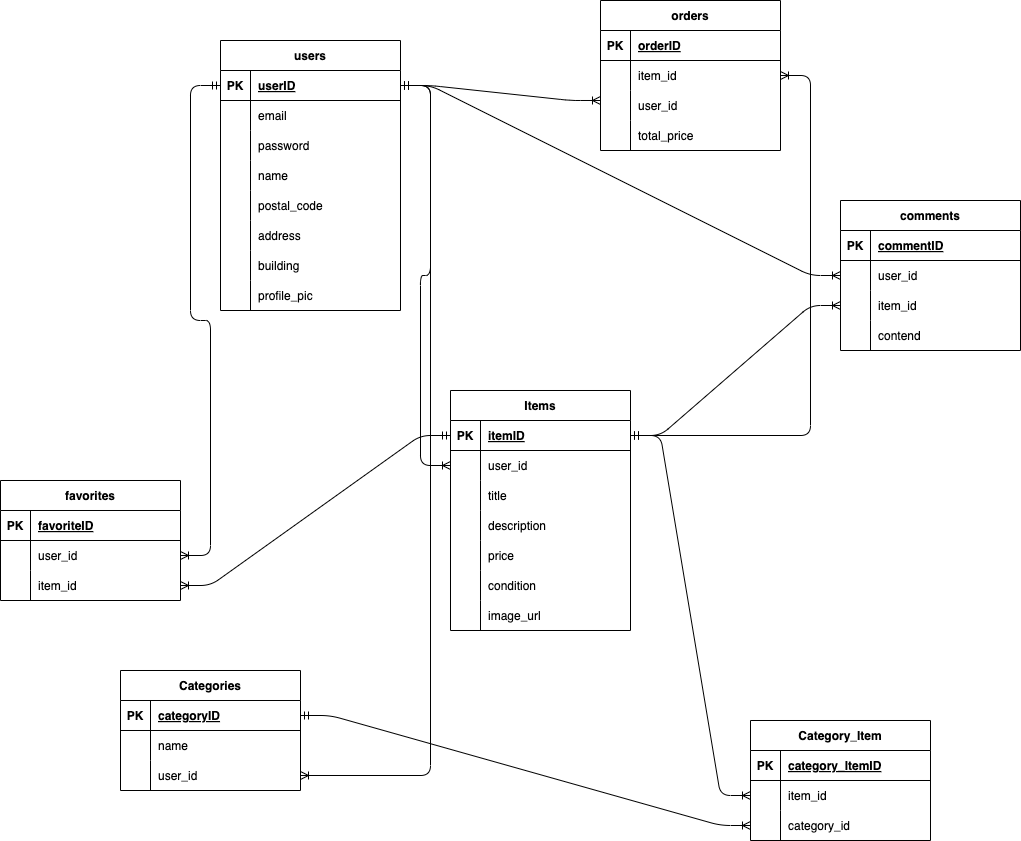
Above: src/index.drawio.png in yanagimuneyoshi/furima (draw.io), before the change. Source tidied: cells renumbered, new cells last; positions are measured from the earlier drawing's top-left corner, leaving out a move shared by most shapes.
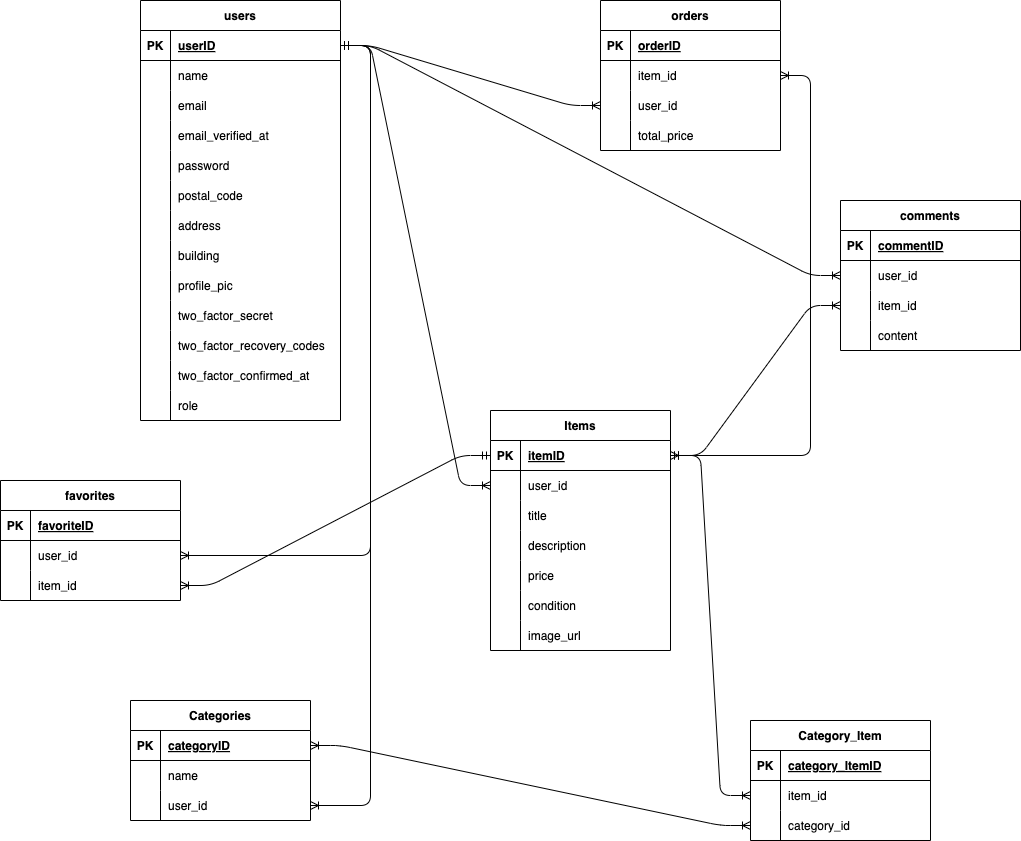
After the change.

What changed in the source:
```diff
@@ -3,80 +3,125 @@
     <mxCell id="0" />
     <mxCell id="1" parent="0" />
     <mxCell id="2" value="users" style="shape=table;startSize=30;rowLines=0;fontStyle=1;align=center;" parent="1" vertex="1">
-      <mxGeometry x="220" y="40" width="180" height="270" as="geometry" />
+      <mxGeometry x="140" width="200" height="420" as="geometry" />
     </mxCell>
     <mxCell id="3" style="shape=tableRow;horizontal=0;startSize=0;swimlaneHead=0;swimlaneBody=0;fillColor=none;points=[[0,0.5],[1,0.5]];portConstraint=eastwest;top=0;left=0;right=0;bottom=1;" parent="2" vertex="1">
-      <mxGeometry y="30" width="180" height="30" as="geometry" />
+      <mxGeometry y="30" width="200" height="30" as="geometry" />
     </mxCell>
     <mxCell id="4" value="PK" style="shape=partialRectangle;fillColor=none;top=0;left=0;bottom=0;right=0;fontStyle=1;overflow=hidden;" parent="3" vertex="1">
       <mxGeometry width="30" height="30" as="geometry" />
     </mxCell>
     <mxCell id="5" value="userID" style="shape=partialRectangle;fillColor=none;top=0;left=0;bottom=0;right=0;align=left;spacingLeft=6;fontStyle=5;overflow=hidden;" parent="3" vertex="1">
-      <mxGeometry x="30" width="150" height="30" as="geometry" />
+      <mxGeometry x="30" width="170" height="30" as="geometry" />
     </mxCell>
+    <mxCell id="12" style="shape=tableRow;horizontal=0;startSize=0;swimlaneHead=0;swimlaneBody=0;fillColor=none;top=0;left=0;right=0;bottom=0;" parent="2" vertex="1">
+      <mxGeometry y="60" width="200" height="30" as="geometry" />
+    </mxCell>
+    <mxCell id="13" style="shape=partialRectangle;fillColor=none;top=0;left=0;bottom=0;right=0;overflow=hidden;" parent="12" vertex="1">
+      <mxGeometry width="30" height="30" as="geometry" />
+    </mxCell>
+    <mxCell id="14" value="name" style="shape=partialRectangle;fillColor=none;top=0;left=0;bottom=0;right=0;align=left;spacingLeft=6;overflow=hidden;" parent="12" vertex="1">
+      <mxGeometry x="30" width="170" height="30" as="geometry" />
+    </mxCell>
     <mxCell id="6" style="shape=tableRow;horizontal=0;startSize=0;swimlaneHead=0;swimlaneBody=0;fillColor=none;top=0;left=0;right=0;bottom=0;" parent="2" vertex="1">
-      <mxGeometry y="60" width="180" height="30" as="geometry" />
+      <mxGeometry y="90" width="200" height="30" as="geometry" />
     </mxCell>
     <mxCell id="7" style="shape=partialRectangle;fillColor=none;top=0;left=0;bottom=0;right=0;overflow=hidden;" parent="6" vertex="1">
       <mxGeometry width="30" height="30" as="geometry" />
     </mxCell>
     <mxCell id="8" value="email" style="shape=partialRectangle;fillColor=none;top=0;left=0;bottom=0;right=0;align=left;spacingLeft=6;overflow=hidden;" parent="6" vertex="1">
-      <mxGeometry x="30" width="150" height="30" as="geometry" />
+      <mxGeometry x="30" width="170" height="30" as="geometry" />
     </mxCell>
+    <mxCell id="115" style="shape=tableRow;horizontal=0;startSize=0;swimlaneHead=0;swimlaneBody=0;fillColor=none;top=0;left=0;right=0;bottom=0;" parent="2" vertex="1">
+      <mxGeometry y="120" width="200" height="30" as="geometry" />
+    </mxCell>
+    <mxCell id="116" style="shape=partialRectangle;fillColor=none;top=0;left=0;bottom=0;right=0;overflow=hidden;" parent="115" vertex="1">
+      <mxGeometry width="30" height="30" as="geometry" />
+    </mxCell>
+    <mxCell id="117" value="email_verified_at" style="shape=partialRectangle;fillColor=none;top=0;left=0;bottom=0;right=0;align=left;spacingLeft=6;overflow=hidden;" parent="115" vertex="1">
+      <mxGeometry x="30" width="170" height="30" as="geometry" />
+    </mxCell>
     <mxCell id="9" style="shape=tableRow;horizontal=0;startSize=0;swimlaneHead=0;swimlaneBody=0;fillColor=none;top=0;left=0;right=0;bottom=0;" parent="2" vertex="1">
-      <mxGeometry y="90" width="180" height="30" as="geometry" />
+      <mxGeometry y="150" width="200" height="30" as="geometry" />
     </mxCell>
     <mxCell id="10" style="shape=partialRectangle;fillColor=none;top=0;left=0;bottom=0;right=0;overflow=hidden;" parent="9" vertex="1">
       <mxGeometry width="30" height="30" as="geometry" />
     </mxCell>
     <mxCell id="11" value="password" style="shape=partialRectangle;fillColor=none;top=0;left=0;bottom=0;right=0;align=left;spacingLeft=6;overflow=hidden;" parent="9" vertex="1">
-      <mxGeometry x="30" width="150" height="30" as="geometry" />
+      <mxGeometry x="30" width="170" height="30" as="geometry" />
     </mxCell>
-    <mxCell id="12" style="shape=tableRow;horizontal=0;startSize=0;swimlaneHead=0;swimlaneBody=0;fillColor=none;top=0;left=0;right=0;bottom=0;" parent="2" vertex="1">
-      <mxGeometry y="120" width="180" height="30" as="geometry" />
-    </mxCell>
-    <mxCell id="13" style="shape=partialRectangle;fillColor=none;top=0;left=0;bottom=0;right=0;overflow=hidden;" parent="12" vertex="1">
-      <mxGeometry width="30" height="30" as="geometry" />
-    </mxCell>
-    <mxCell id="14" value="name" style="shape=partialRectangle;fillColor=none;top=0;left=0;bottom=0;right=0;align=left;spacingLeft=6;overflow=hidden;" parent="12" vertex="1">
-      <mxGeometry x="30" width="150" height="30" as="geometry" />
-    </mxCell>
     <mxCell id="15" style="shape=tableRow;horizontal=0;startSize=0;swimlaneHead=0;swimlaneBody=0;fillColor=none;top=0;left=0;right=0;bottom=0;" parent="2" vertex="1">
-      <mxGeometry y="150" width="180" height="30" as="geometry" />
+      <mxGeometry y="180" width="200" height="30" as="geometry" />
     </mxCell>
     <mxCell id="16" style="shape=partialRectangle;fillColor=none;top=0;left=0;bottom=0;right=0;overflow=hidden;" parent="15" vertex="1">
       <mxGeometry width="30" height="30" as="geometry" />
     </mxCell>
     <mxCell id="17" value="postal_code" style="shape=partialRectangle;fillColor=none;top=0;left=0;bottom=0;right=0;align=left;spacingLeft=6;overflow=hidden;" parent="15" vertex="1">
-      <mxGeometry x="30" width="150" height="30" as="geometry" />
+      <mxGeometry x="30" width="170" height="30" as="geometry" />
     </mxCell>
     <mxCell id="18" style="shape=tableRow;horizontal=0;startSize=0;swimlaneHead=0;swimlaneBody=0;fillColor=none;top=0;left=0;right=0;bottom=0;" parent="2" vertex="1">
-      <mxGeometry y="180" width="180" height="30" as="geometry" />
+      <mxGeometry y="210" width="200" height="30" as="geometry" />
     </mxCell>
     <mxCell id="19" style="shape=partialRectangle;fillColor=none;top=0;left=0;bottom=0;right=0;overflow=hidden;" parent="18" vertex="1">
       <mxGeometry width="30" height="30" as="geometry" />
     </mxCell>
     <mxCell id="20" value="address" style="shape=partialRectangle;fillColor=none;top=0;left=0;bottom=0;right=0;align=left;spacingLeft=6;overflow=hidden;" parent="18" vertex="1">
-      <mxGeometry x="30" width="150" height="30" as="geometry" />
+      <mxGeometry x="30" width="170" height="30" as="geometry" />
     </mxCell>
     <mxCell id="21" style="shape=tableRow;horizontal=0;startSize=0;swimlaneHead=0;swimlaneBody=0;fillColor=none;top=0;left=0;right=0;bottom=0;" parent="2" vertex="1">
-      <mxGeometry y="210" width="180" height="30" as="geometry" />
+      <mxGeometry y="240" width="200" height="30" as="geometry" />
     </mxCell>
     <mxCell id="22" style="shape=partialRectangle;fillColor=none;top=0;left=0;bottom=0;right=0;overflow=hidden;" parent="21" vertex="1">
       <mxGeometry width="30" height="30" as="geometry" />
     </mxCell>
     <mxCell id="23" value="building" style="shape=partialRectangle;fillColor=none;top=0;left=0;bottom=0;right=0;align=left;spacingLeft=6;overflow=hidden;" parent="21" vertex="1">
-      <mxGeometry x="30" width="150" height="30" as="geometry" />
+      <mxGeometry x="30" width="170" height="30" as="geometry" />
     </mxCell>
     <mxCell id="24" style="shape=tableRow;horizontal=0;startSize=0;swimlaneHead=0;swimlaneBody=0;fillColor=none;top=0;left=0;right=0;bottom=0;" parent="2" vertex="1">
-      <mxGeometry y="240" width="180" height="30" as="geometry" />
+      <mxGeometry y="270" width="200" height="30" as="geometry" />
     </mxCell>
     <mxCell id="25" style="shape=partialRectangle;fillColor=none;top=0;left=0;bottom=0;right=0;overflow=hidden;" parent="24" vertex="1">
       <mxGeometry width="30" height="30" as="geometry" />
     </mxCell>
     <mxCell id="26" value="profile_pic" style="shape=partialRectangle;fillColor=none;top=0;left=0;bottom=0;right=0;align=left;spacingLeft=6;overflow=hidden;" parent="24" vertex="1">
-      <mxGeometry x="30" width="150" height="30" as="geometry" />
+      <mxGeometry x="30" width="170" height="30" as="geometry" />
     </mxCell>
+    <mxCell id="118" style="shape=tableRow;horizontal=0;startSize=0;swimlaneHead=0;swimlaneBody=0;fillColor=none;top=0;left=0;right=0;bottom=0;" parent="2" vertex="1">
+      <mxGeometry y="300" width="200" height="30" as="geometry" />
+    </mxCell>
+    <mxCell id="119" style="shape=partialRectangle;fillColor=none;top=0;left=0;bottom=0;right=0;overflow=hidden;" parent="118" vertex="1">
+      <mxGeometry width="30" height="30" as="geometry" />
+    </mxCell>
+    <mxCell id="120" value="two_factor_secret" style="shape=partialRectangle;fillColor=none;top=0;left=0;bottom=0;right=0;align=left;spacingLeft=6;overflow=hidden;" parent="118" vertex="1">
+      <mxGeometry x="30" width="170" height="30" as="geometry" />
+    </mxCell>
+    <mxCell id="121" style="shape=tableRow;horizontal=0;startSize=0;swimlaneHead=0;swimlaneBody=0;fillColor=none;top=0;left=0;right=0;bottom=0;" parent="2" vertex="1">
+      <mxGeometry y="330" width="200" height="30" as="geometry" />
+    </mxCell>
+    <mxCell id="122" style="shape=partialRectangle;fillColor=none;top=0;left=0;bottom=0;right=0;overflow=hidden;" parent="121" vertex="1">
+      <mxGeometry width="30" height="30" as="geometry" />
+    </mxCell>
+    <mxCell id="123" value="two_factor_recovery_codes" style="shape=partialRectangle;fillColor=none;top=0;left=0;bottom=0;right=0;align=left;spacingLeft=6;overflow=hidden;" parent="121" vertex="1">
+      <mxGeometry x="30" width="170" height="30" as="geometry" />
+    </mxCell>
+    <mxCell id="124" style="shape=tableRow;horizontal=0;startSize=0;swimlaneHead=0;swimlaneBody=0;fillColor=none;top=0;left=0;right=0;bottom=0;" parent="2" vertex="1">
+      <mxGeometry y="360" width="200" height="30" as="geometry" />
+    </mxCell>
+    <mxCell id="125" style="shape=partialRectangle;fillColor=none;top=0;left=0;bottom=0;right=0;overflow=hidden;" parent="124" vertex="1">
+      <mxGeometry width="30" height="30" as="geometry" />
+    </mxCell>
+    <mxCell id="126" value="two_factor_confirmed_at" style="shape=partialRectangle;fillColor=none;top=0;left=0;bottom=0;right=0;align=left;spacingLeft=6;overflow=hidden;" parent="124" vertex="1">
+      <mxGeometry x="30" width="170" height="30" as="geometry" />
+    </mxCell>
+    <mxCell id="127" style="shape=tableRow;horizontal=0;startSize=0;swimlaneHead=0;swimlaneBody=0;fillColor=none;top=0;left=0;right=0;bottom=0;" parent="2" vertex="1">
+      <mxGeometry y="390" width="200" height="30" as="geometry" />
+    </mxCell>
+    <mxCell id="128" style="shape=partialRectangle;fillColor=none;top=0;left=0;bottom=0;right=0;overflow=hidden;" parent="127" vertex="1">
+      <mxGeometry width="30" height="30" as="geometry" />
+    </mxCell>
+    <mxCell id="129" value="role" style="shape=partialRectangle;fillColor=none;top=0;left=0;bottom=0;right=0;align=left;spacingLeft=6;overflow=hidden;" parent="127" vertex="1">
+      <mxGeometry x="30" width="170" height="30" as="geometry" />
+    </mxCell>
     <mxCell id="27" value="orders" style="shape=table;startSize=30;rowLines=0;fontStyle=1;align=center;" parent="1" vertex="1">
       <mxGeometry x="600" width="180" height="150" as="geometry" />
     </mxCell>
@@ -117,7 +162,7 @@
       <mxGeometry x="30" width="150" height="30" as="geometry" />
     </mxCell>
     <mxCell id="40" value="Items" style="shape=table;startSize=30;rowLines=0;fontStyle=1;align=center;" parent="1" vertex="1">
-      <mxGeometry x="450" y="390" width="180" height="240" as="geometry" />
+      <mxGeometry x="490" y="410" width="180" height="240" as="geometry" />
     </mxCell>
     <mxCell id="41" style="shape=tableRow;horizontal=0;startSize=0;swimlaneHead=0;swimlaneBody=0;fillColor=none;points=[[0,0.5],[1,0.5]];portConstraint=eastwest;top=0;left=0;right=0;bottom=1;" parent="40" vertex="1">
       <mxGeometry y="30" width="180" height="30" as="geometry" />
@@ -248,34 +293,11 @@
     <mxCell id="83" style="shape=partialRectangle;fillColor=none;top=0;left=0;bottom=0;right=0;overflow=hidden;" parent="82" vertex="1">
       <mxGeometry width="30" height="30" as="geometry" />
     </mxCell>
-    <mxCell id="84" value="contend" style="shape=partialRectangle;fillColor=none;top=0;left=0;bottom=0;right=0;align=left;spacingLeft=6;overflow=hidden;" parent="82" vertex="1">
+    <mxCell id="84" value="content" style="shape=partialRectangle;fillColor=none;top=0;left=0;bottom=0;right=0;align=left;spacingLeft=6;overflow=hidden;" parent="82" vertex="1">
       <mxGeometry x="30" width="150" height="30" as="geometry" />
     </mxCell>
-    <mxCell id="85" style="edgeStyle=entityRelationEdgeStyle;fontSize=12;html=1;endArrow=ERoneToMany;startArrow=ERmandOne;exitX=1;exitY=0.5;exitDx=0;exitDy=0;entryX=0;entryY=0.5;entryDx=0;entryDy=0;" parent="1" edge="1" source="3" target="44">
-      <mxGeometry relative="1" as="geometry" />
-    </mxCell>
-    <mxCell id="86" style="edgeStyle=entityRelationEdgeStyle;fontSize=12;html=1;endArrow=ERoneToMany;startArrow=ERmandOne;exitX=1;exitY=0.5;exitDx=0;exitDy=0;entryX=0;entryY=0.333;entryDx=0;entryDy=0;entryPerimeter=0;" parent="1" edge="1" source="3" target="34">
-      <mxGeometry relative="1" as="geometry" />
-    </mxCell>
-    <mxCell id="87" style="edgeStyle=entityRelationEdgeStyle;fontSize=12;html=1;endArrow=ERoneToMany;startArrow=ERmandOne;" parent="1" edge="1" target="31">
-      <mxGeometry relative="1" as="geometry">
-        <mxPoint x="630" y="435" as="sourcePoint" />
-      </mxGeometry>
-    </mxCell>
-    <mxCell id="88" style="edgeStyle=entityRelationEdgeStyle;fontSize=12;html=1;endArrow=ERoneToMany;startArrow=ERmandOne;" parent="1" edge="1" source="3" target="66">
-      <mxGeometry relative="1" as="geometry" />
-    </mxCell>
-    <mxCell id="89" style="edgeStyle=entityRelationEdgeStyle;fontSize=12;html=1;endArrow=ERoneToMany;startArrow=ERmandOne;entryX=1;entryY=0.5;entryDx=0;entryDy=0;" parent="1" edge="1" source="41" target="69">
-      <mxGeometry relative="1" as="geometry" />
-    </mxCell>
-    <mxCell id="90" style="edgeStyle=entityRelationEdgeStyle;fontSize=12;html=1;endArrow=ERoneToMany;startArrow=ERmandOne;entryX=0;entryY=0.5;entryDx=0;entryDy=0;" parent="1" edge="1" source="3" target="76">
-      <mxGeometry relative="1" as="geometry" />
-    </mxCell>
-    <mxCell id="91" style="edgeStyle=entityRelationEdgeStyle;fontSize=12;html=1;endArrow=ERoneToMany;startArrow=ERmandOne;exitX=1;exitY=0.5;exitDx=0;exitDy=0;entryX=0;entryY=0.5;entryDx=0;entryDy=0;" parent="1" edge="1" source="41" target="79">
-      <mxGeometry relative="1" as="geometry" />
-    </mxCell>
     <mxCell id="92" value="Categories" style="shape=table;startSize=30;rowLines=0;fontStyle=1;align=center;" parent="1" vertex="1">
-      <mxGeometry x="120" y="670" width="180" height="120" as="geometry" />
+      <mxGeometry x="130" y="700" width="180" height="120" as="geometry" />
     </mxCell>
     <mxCell id="93" style="shape=tableRow;horizontal=0;startSize=0;swimlaneHead=0;swimlaneBody=0;fillColor=none;points=[[0,0.5],[1,0.5]];portConstraint=eastwest;top=0;left=0;right=0;bottom=1;" parent="92" vertex="1">
       <mxGeometry y="30" width="180" height="30" as="geometry" />
@@ -334,16 +356,37 @@
     <mxCell id="111" value="category_id" style="shape=partialRectangle;fillColor=none;top=0;left=0;bottom=0;right=0;align=left;spacingLeft=6;overflow=hidden;" parent="109" vertex="1">
       <mxGeometry x="30" width="150" height="30" as="geometry" />
     </mxCell>
+    <mxCell id="85" style="edgeStyle=entityRelationEdgeStyle;fontSize=12;html=1;endArrow=ERoneToMany;startArrow=ERmandOne;exitX=1;exitY=0.5;exitDx=0;exitDy=0;entryX=0;entryY=0.5;entryDx=0;entryDy=0;" parent="1" edge="1" source="3" target="44">
+      <mxGeometry relative="1" as="geometry" />
+    </mxCell>
+    <mxCell id="86" style="edgeStyle=entityRelationEdgeStyle;fontSize=12;html=1;endArrow=ERoneToMany;startArrow=ERmandOne;exitX=1;exitY=0.5;exitDx=0;exitDy=0;entryX=0;entryY=0.5;entryDx=0;entryDy=0;" parent="1" edge="1" source="3" target="34">
+      <mxGeometry relative="1" as="geometry" />
+    </mxCell>
+    <mxCell id="88" style="edgeStyle=entityRelationEdgeStyle;fontSize=12;html=1;endArrow=ERoneToMany;startArrow=ERmandOne;entryX=1;entryY=0.5;entryDx=0;entryDy=0;" parent="1" edge="1" source="3" target="66">
+      <mxGeometry relative="1" as="geometry" />
+    </mxCell>
+    <mxCell id="90" style="edgeStyle=entityRelationEdgeStyle;fontSize=12;html=1;endArrow=ERoneToMany;startArrow=ERmandOne;exitX=1;exitY=0.5;exitDx=0;exitDy=0;entryX=0;entryY=0.5;entryDx=0;entryDy=0;" parent="1" edge="1" source="3" target="76">
+      <mxGeometry relative="1" as="geometry" />
+    </mxCell>
+    <mxCell id="130" style="edgeStyle=entityRelationEdgeStyle;fontSize=12;html=1;endArrow=ERoneToMany;startArrow=ERmandOne;entryX=1;entryY=0.5;entryDx=0;entryDy=0;" parent="1" edge="1" target="99">
+      <mxGeometry relative="1" as="geometry">
+        <mxPoint x="340" y="45" as="sourcePoint" />
+      </mxGeometry>
+    </mxCell>
+    <mxCell id="131" style="edgeStyle=entityRelationEdgeStyle;fontSize=12;html=1;endArrow=ERoneToMany;startArrow=ERmandOne;exitX=1;exitY=0.5;exitDx=0;exitDy=0;" parent="1" edge="1" source="41" target="31">
+      <mxGeometry relative="1" as="geometry" />
+    </mxCell>
+    <mxCell id="89" style="edgeStyle=entityRelationEdgeStyle;fontSize=12;html=1;endArrow=ERoneToMany;startArrow=ERmandOne;entryX=1;entryY=0.5;entryDx=0;entryDy=0;" parent="1" edge="1" source="41" target="69">
+      <mxGeometry relative="1" as="geometry" />
+    </mxCell>
+    <mxCell id="91" style="edgeStyle=entityRelationEdgeStyle;fontSize=12;html=1;endArrow=ERoneToMany;startArrow=ERmandOne;exitX=1;exitY=0.5;exitDx=0;exitDy=0;entryX=0;entryY=0.5;entryDx=0;entryDy=0;" parent="1" edge="1" source="41" target="79">
+      <mxGeometry relative="1" as="geometry" />
+    </mxCell>
+    <mxCell id="113" style="edgeStyle=entityRelationEdgeStyle;fontSize=12;html=1;endArrow=ERoneToMany;startArrow=ERoneToMany;" parent="1" edge="1" source="41" target="106">
+      <mxGeometry relative="1" as="geometry" />
+    </mxCell>
-    <mxCell id="112" style="edgeStyle=entityRelationEdgeStyle;fontSize=12;html=1;endArrow=ERoneToMany;startArrow=ERmandOne;exitX=1;exitY=0.5;exitDx=0;exitDy=0;entryX=0;entryY=0.5;entryDx=0;entryDy=0;" parent="1" edge="1" source="93" target="109">
+    <mxCell id="112" style="edgeStyle=entityRelationEdgeStyle;fontSize=12;html=1;endArrow=ERoneToMany;startArrow=ERoneToMany;exitX=1;exitY=0.5;exitDx=0;exitDy=0;" parent="1" edge="1" source="93" target="109">
       <mxGeometry relative="1" as="geometry" />
     </mxCell>
-    <mxCell id="113" style="edgeStyle=entityRelationEdgeStyle;fontSize=12;html=1;endArrow=ERoneToMany;startArrow=ERmandOne;entryX=0;entryY=0.5;entryDx=0;entryDy=0;" parent="1" edge="1" source="41" target="106">
-      <mxGeometry relative="1" as="geometry" />
-    </mxCell>
-    <mxCell id="114" style="edgeStyle=entityRelationEdgeStyle;fontSize=12;html=1;endArrow=ERoneToMany;startArrow=ERmandOne;" parent="1" edge="1" target="99">
-      <mxGeometry relative="1" as="geometry">
-        <mxPoint x="400" y="85" as="sourcePoint" />
-      </mxGeometry>
-    </mxCell>
   </root>
 </mxGraphModel>
```
